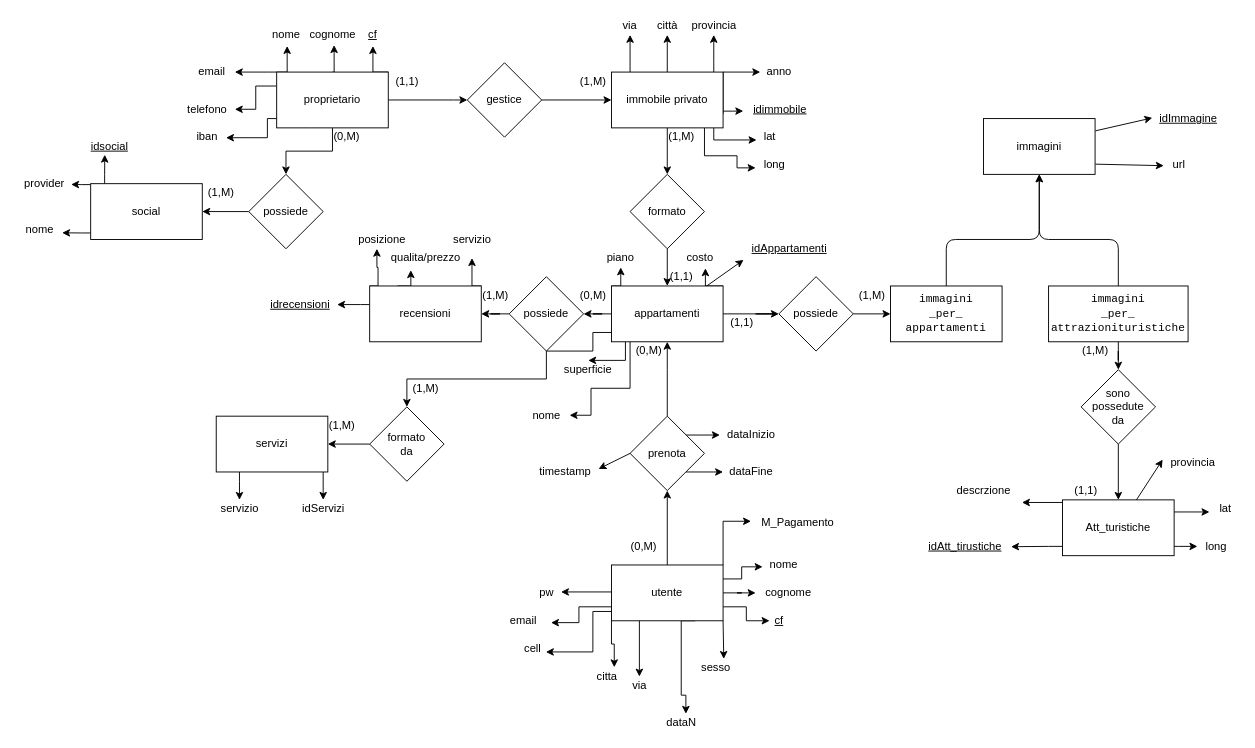
The draw.io diagram schema er.drawio in MrPinko/Esame-affitti, before the edit. Source tidied: cells renumbered, new cells numbered last; positions are measured from the earlier drawing's top-left corner, leaving out a move shared by most shapes. Both pictures are drawn from the tidied source at 93%, with x=0, y=0 at pixel (16, 16).
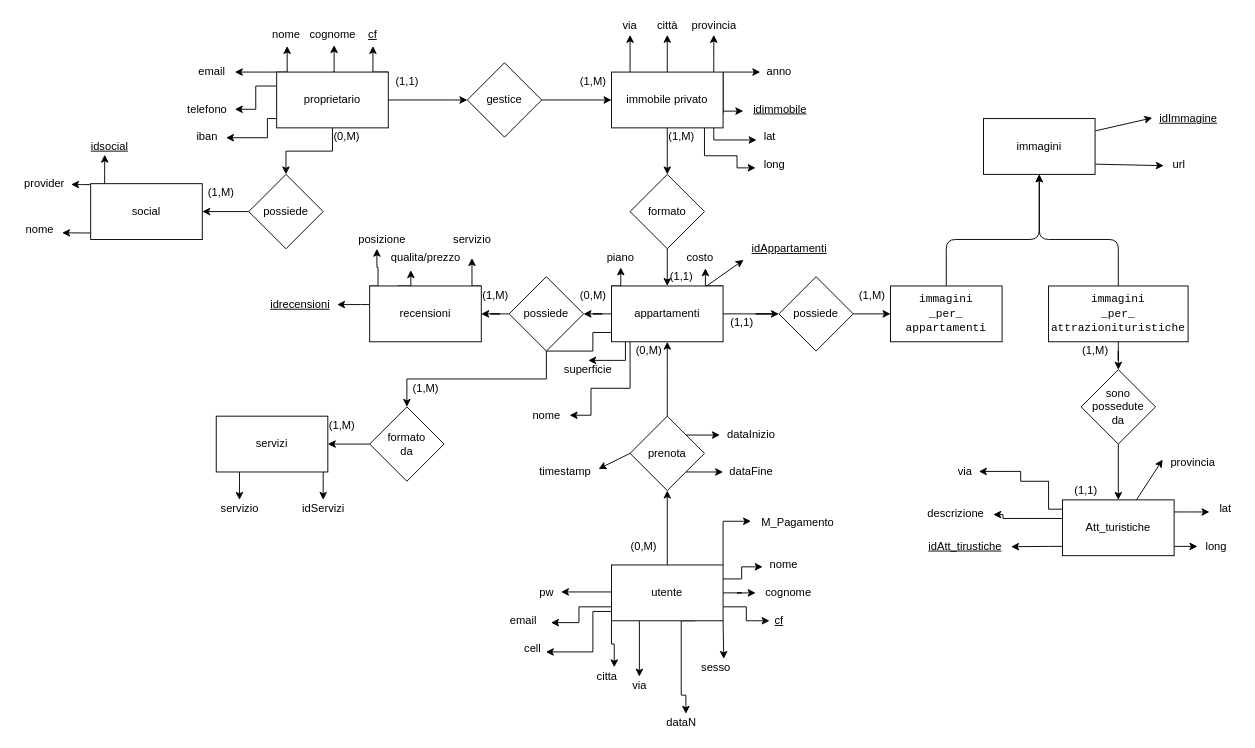
The same diagram, later.

Unchanged cells that the change refers to:
```xml
<mxCell id="30" value="Att_turistiche" style="whiteSpace=wrap;html=1;rounded=0;" parent="1" vertex="1">
  <mxGeometry x="1125" y="520" width="120" height="60" as="geometry" />
</mxCell>
```

What changed in the source:
```diff
@@
-    <mxCell id="26" style="edgeStyle=orthogonalEdgeStyle;rounded=0;jettySize=auto;html=1;entryX=1.017;entryY=0.642;entryDx=0;entryDy=0;entryPerimeter=0;" parent="1" edge="1" source="30">
+    <mxCell id="26" style="edgeStyle=orthogonalEdgeStyle;rounded=0;jettySize=auto;html=1;entryX=1.007;entryY=0.54;entryDx=0;entryDy=0;entryPerimeter=0;" parent="1" edge="1" source="30" target="130">
       <mxGeometry relative="1" as="geometry">
-        <mxPoint x="1081.4" y="522.8" as="targetPoint" />
         <Array as="points">
-          <mxPoint x="1127" y="523" />
+          <mxPoint x="1061" y="540" />
         </Array>
       </mxGeometry>
     </mxCell>
@@
+    <mxCell id="151" style="edgeStyle=orthogonalEdgeStyle;rounded=0;jettySize=auto;html=1;entryX=1.002;entryY=0.471;entryDx=0;entryDy=0;entryPerimeter=0;" parent="1" edge="1" source="30" target="152">
+      <mxGeometry relative="1" as="geometry">
+        <Array as="points">
+          <mxPoint x="1110" y="530" />
+          <mxPoint x="1110" y="500" />
+          <mxPoint x="1080" y="500" />
+          <mxPoint x="1080" y="489" />
+        </Array>
+      </mxGeometry>
+    </mxCell>
@@
-    <mxCell id="130" value="descrzione" style="text;html=1;align=center;verticalAlign=middle;points=[];strokeColor=none;" parent="1" vertex="1">
-      <mxGeometry x="1000" y="500" width="80" height="20" as="geometry" />
+    <mxCell id="130" value="descrizione" style="text;html=1;align=center;verticalAlign=middle;points=[];strokeColor=none;" parent="1" vertex="1">
+      <mxGeometry x="970" y="525" width="80" height="20" as="geometry" />
     </mxCell>
@@
+    <mxCell id="152" value="&lt;div&gt;via&lt;/div&gt;" style="text;html=1;align=center;verticalAlign=middle;points=[];strokeColor=none;" parent="1" vertex="1">
+      <mxGeometry x="1005" y="480" width="30" height="20" as="geometry" />
+    </mxCell>
```
